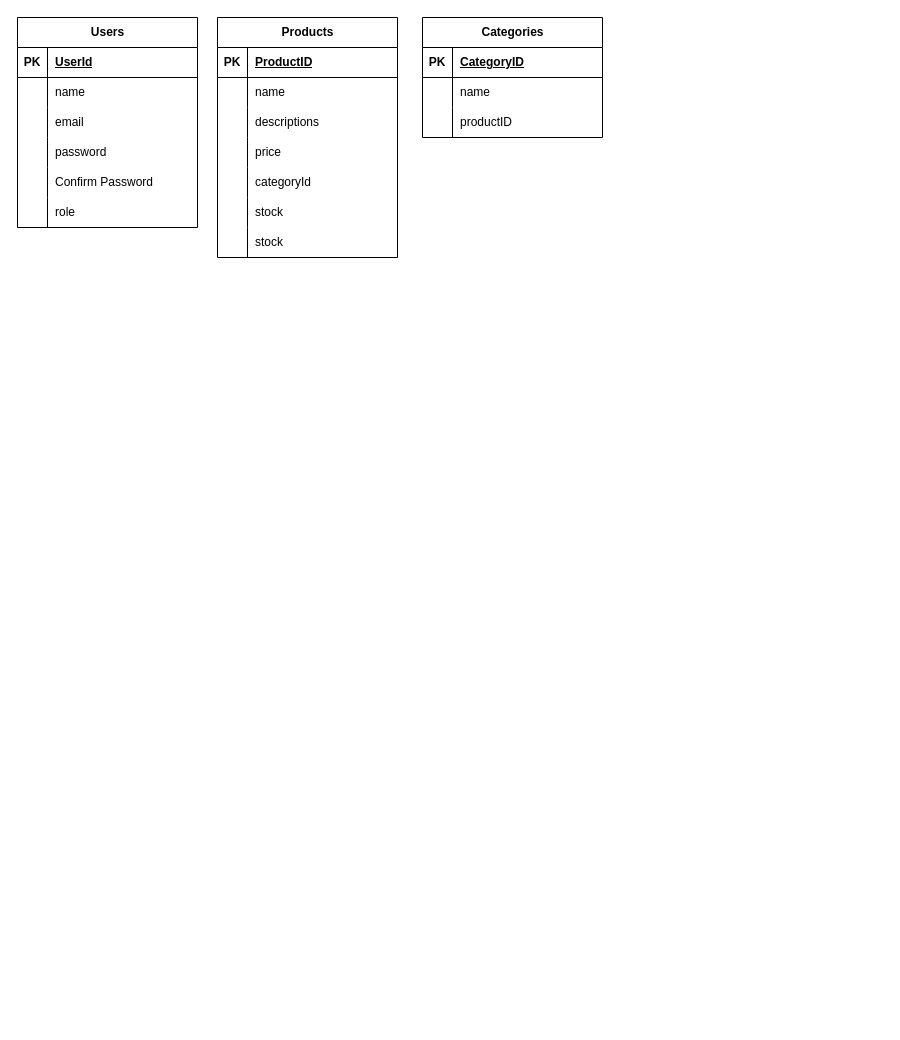
Earlier version of the draw.io diagram small_shop.drawio (prashanta1542/default). Source tidied: cells renumbered, new cells numbered last; positions are measured from the earlier drawing's top-left corner, leaving out a move shared by most shapes. Both pictures are drawn from the tidied source at 100%, with x=0, y=0 at pixel (17, 17).
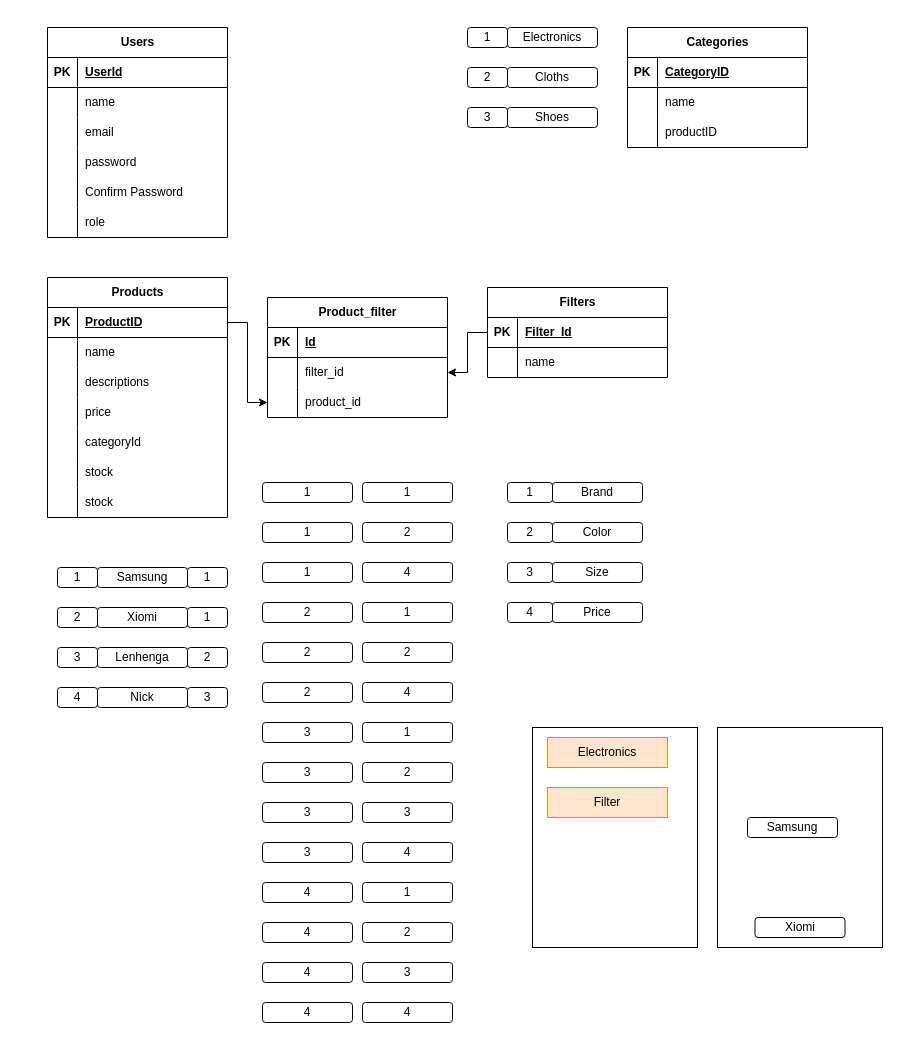
Above is the later version.

Unchanged cells that the change refers to:
```xml
<mxCell id="22" style="shape=tableRow;horizontal=0;startSize=0;swimlaneHead=0;swimlaneBody=0;fillColor=none;points=[[0,0.5],[1,0.5]];portConstraint=eastwest;top=0;left=0;right=0;bottom=1;" parent="21" vertex="1">
  <mxGeometry y="30" width="180" height="30" as="geometry" />
</mxCell>
```

The edit, as a diff of the source:
```diff
@@
     <mxCell id="2" value="Users" style="shape=table;startSize=30;childLayout=tableLayout;rowLines=0;fontStyle=1;align=center;html=1;" parent="1" vertex="1">
-      <mxGeometry width="180" height="210" as="geometry" />
+      <mxGeometry x="30" y="10" width="180" height="210" as="geometry" />
     </mxCell>
@@
     <mxCell id="21" value="Products" style="shape=table;startSize=30;childLayout=tableLayout;rowLines=0;fontStyle=1;align=center;html=1;" parent="1" vertex="1">
-      <mxGeometry x="200" width="180" height="240" as="geometry" />
+      <mxGeometry x="30" y="260" width="180" height="240" as="geometry" />
     </mxCell>
@@
     <mxCell id="43" value="Categories" style="shape=table;startSize=30;childLayout=tableLayout;rowLines=0;fontStyle=1;align=center;html=1;" parent="1" vertex="1">
-      <mxGeometry x="405" width="180" height="120" as="geometry" />
+      <mxGeometry x="610" y="10" width="180" height="120" as="geometry" />
     </mxCell>
@@
+    <mxCell id="53" value="Filters" style="shape=table;startSize=30;childLayout=tableLayout;rowLines=0;fontStyle=1;align=center;html=1;" parent="1" vertex="1">
+      <mxGeometry x="470" y="270" width="180" height="90" as="geometry" />
+    </mxCell>
+    <mxCell id="54" style="shape=tableRow;horizontal=0;startSize=0;swimlaneHead=0;swimlaneBody=0;fillColor=none;points=[[0,0.5],[1,0.5]];portConstraint=eastwest;top=0;left=0;right=0;bottom=1;" parent="53" vertex="1">
+      <mxGeometry y="30" width="180" height="30" as="geometry" />
+    </mxCell>
+    <mxCell id="55" value="PK" style="shape=partialRectangle;fillColor=none;top=0;left=0;bottom=0;right=0;fontStyle=1;overflow=hidden;whiteSpace=wrap;html=1;" parent="54" vertex="1">
+      <mxGeometry width="30" height="30" as="geometry" />
+    </mxCell>
+    <mxCell id="56" value="Filter_Id" style="shape=partialRectangle;fillColor=none;top=0;left=0;bottom=0;right=0;align=left;spacingLeft=6;fontStyle=5;overflow=hidden;whiteSpace=wrap;html=1;" parent="54" vertex="1">
+      <mxGeometry x="30" width="150" height="30" as="geometry" />
+    </mxCell>
+    <mxCell id="57" style="shape=tableRow;horizontal=0;startSize=0;swimlaneHead=0;swimlaneBody=0;fillColor=none;top=0;left=0;right=0;bottom=0;" parent="53" vertex="1">
+      <mxGeometry y="60" width="180" height="30" as="geometry" />
+    </mxCell>
+    <mxCell id="58" style="shape=partialRectangle;fillColor=none;top=0;left=0;bottom=0;right=0;overflow=hidden;whiteSpace=wrap;html=1;" parent="57" vertex="1">
+      <mxGeometry width="30" height="30" as="geometry" />
+    </mxCell>
+    <mxCell id="59" value="name" style="shape=partialRectangle;fillColor=none;top=0;left=0;bottom=0;right=0;align=left;spacingLeft=6;overflow=hidden;whiteSpace=wrap;html=1;" parent="57" vertex="1">
+      <mxGeometry x="30" width="150" height="30" as="geometry" />
+    </mxCell>
+    <mxCell id="60" value="Product_filter" style="shape=table;startSize=30;childLayout=tableLayout;rowLines=0;fontStyle=1;align=center;html=1;" parent="1" vertex="1">
+      <mxGeometry x="250" y="280" width="180" height="120" as="geometry" />
+    </mxCell>
+    <mxCell id="61" style="shape=tableRow;horizontal=0;startSize=0;swimlaneHead=0;swimlaneBody=0;fillColor=none;top=0;left=0;right=0;bottom=1;" parent="60" vertex="1">
+      <mxGeometry y="30" width="180" height="30" as="geometry" />
+    </mxCell>
+    <mxCell id="62" value="PK" style="shape=partialRectangle;fillColor=none;top=0;left=0;bottom=0;right=0;fontStyle=1;overflow=hidden;whiteSpace=wrap;html=1;" parent="61" vertex="1">
+      <mxGeometry width="30" height="30" as="geometry" />
+    </mxCell>
+    <mxCell id="63" value="Id" style="shape=partialRectangle;fillColor=none;top=0;left=0;bottom=0;right=0;align=left;spacingLeft=6;fontStyle=5;overflow=hidden;whiteSpace=wrap;html=1;" parent="61" vertex="1">
+      <mxGeometry x="30" width="150" height="30" as="geometry" />
+    </mxCell>
+    <mxCell id="64" style="shape=tableRow;horizontal=0;startSize=0;swimlaneHead=0;swimlaneBody=0;fillColor=none;points=[[0,0.5],[1,0.5]];portConstraint=eastwest;top=0;left=0;right=0;bottom=0;" parent="60" vertex="1">
+      <mxGeometry y="60" width="180" height="30" as="geometry" />
+    </mxCell>
+    <mxCell id="65" style="shape=partialRectangle;fillColor=none;top=0;left=0;bottom=0;right=0;overflow=hidden;whiteSpace=wrap;html=1;" parent="64" vertex="1">
+      <mxGeometry width="30" height="30" as="geometry" />
+    </mxCell>
+    <mxCell id="66" value="filter_id" style="shape=partialRectangle;fillColor=none;top=0;left=0;bottom=0;right=0;align=left;spacingLeft=6;overflow=hidden;whiteSpace=wrap;html=1;" parent="64" vertex="1">
+      <mxGeometry x="30" width="150" height="30" as="geometry" />
+    </mxCell>
+    <mxCell id="67" style="shape=tableRow;horizontal=0;startSize=0;swimlaneHead=0;swimlaneBody=0;fillColor=none;points=[[0,0.5],[1,0.5]];portConstraint=eastwest;top=0;left=0;right=0;bottom=0;" parent="60" vertex="1">
+      <mxGeometry y="90" width="180" height="30" as="geometry" />
+    </mxCell>
+    <mxCell id="68" style="shape=partialRectangle;fillColor=none;top=0;left=0;bottom=0;right=0;overflow=hidden;whiteSpace=wrap;html=1;" parent="67" vertex="1">
+      <mxGeometry width="30" height="30" as="geometry" />
+    </mxCell>
+    <mxCell id="69" value="product_id" style="shape=partialRectangle;fillColor=none;top=0;left=0;bottom=0;right=0;align=left;spacingLeft=6;overflow=hidden;whiteSpace=wrap;html=1;" parent="67" vertex="1">
+      <mxGeometry x="30" width="150" height="30" as="geometry" />
+    </mxCell>
+    <mxCell id="70" style="edgeStyle=orthogonalEdgeStyle;rounded=0;jettySize=auto;html=1;entryX=0;entryY=0.5;entryDx=0;entryDy=0;" parent="1" edge="1" source="22" target="67">
+      <mxGeometry relative="1" as="geometry" />
+    </mxCell>
+    <mxCell id="71" style="edgeStyle=orthogonalEdgeStyle;rounded=0;jettySize=auto;html=1;entryX=1;entryY=0.5;entryDx=0;entryDy=0;" parent="1" edge="1" source="54" target="64">
+      <mxGeometry relative="1" as="geometry" />
+    </mxCell>
+    <mxCell id="72" value="Brand" style="rounded=1;whiteSpace=wrap;html=1;" parent="1" vertex="1">
+      <mxGeometry x="535" y="465" width="90" height="20" as="geometry" />
+    </mxCell>
+    <mxCell id="73" value="Color" style="rounded=1;whiteSpace=wrap;html=1;" parent="1" vertex="1">
+      <mxGeometry x="535" y="505" width="90" height="20" as="geometry" />
+    </mxCell>
+    <mxCell id="74" value="Size" style="rounded=1;whiteSpace=wrap;html=1;" parent="1" vertex="1">
+      <mxGeometry x="535" y="545" width="90" height="20" as="geometry" />
+    </mxCell>
+    <mxCell id="75" value="Price" style="rounded=1;whiteSpace=wrap;html=1;" parent="1" vertex="1">
+      <mxGeometry x="535" y="585" width="90" height="20" as="geometry" />
+    </mxCell>
+    <mxCell id="76" value="Samsung" style="rounded=1;whiteSpace=wrap;html=1;" parent="1" vertex="1">
+      <mxGeometry x="80" y="550" width="90" height="20" as="geometry" />
+    </mxCell>
+    <mxCell id="77" value="Xiomi" style="rounded=1;whiteSpace=wrap;html=1;" parent="1" vertex="1">
+      <mxGeometry x="80" y="590" width="90" height="20" as="geometry" />
+    </mxCell>
+    <mxCell id="78" value="Lenhenga" style="rounded=1;whiteSpace=wrap;html=1;" parent="1" vertex="1">
+      <mxGeometry x="80" y="630" width="90" height="20" as="geometry" />
+    </mxCell>
+    <mxCell id="79" value="Nick" style="rounded=1;whiteSpace=wrap;html=1;" parent="1" vertex="1">
+      <mxGeometry x="80" y="670" width="90" height="20" as="geometry" />
+    </mxCell>
+    <mxCell id="80" value="Electronics" style="rounded=1;whiteSpace=wrap;html=1;" parent="1" vertex="1">
+      <mxGeometry x="490" y="10" width="90" height="20" as="geometry" />
+    </mxCell>
+    <mxCell id="81" value="Cloths" style="rounded=1;whiteSpace=wrap;html=1;" parent="1" vertex="1">
+      <mxGeometry x="490" y="50" width="90" height="20" as="geometry" />
+    </mxCell>
+    <mxCell id="82" value="Shoes" style="rounded=1;whiteSpace=wrap;html=1;" parent="1" vertex="1">
+      <mxGeometry x="490" y="90" width="90" height="20" as="geometry" />
+    </mxCell>
+    <mxCell id="83" value="1" style="rounded=1;whiteSpace=wrap;html=1;" parent="1" vertex="1">
+      <mxGeometry x="40" y="550" width="40" height="20" as="geometry" />
+    </mxCell>
+    <mxCell id="84" value="2" style="rounded=1;whiteSpace=wrap;html=1;" parent="1" vertex="1">
+      <mxGeometry x="40" y="590" width="40" height="20" as="geometry" />
+    </mxCell>
+    <mxCell id="85" value="3" style="rounded=1;whiteSpace=wrap;html=1;" parent="1" vertex="1">
+      <mxGeometry x="40" y="630" width="40" height="20" as="geometry" />
+    </mxCell>
+    <mxCell id="86" value="4" style="rounded=1;whiteSpace=wrap;html=1;" parent="1" vertex="1">
+      <mxGeometry x="40" y="670" width="40" height="20" as="geometry" />
+    </mxCell>
+    <mxCell id="87" value="1" style="rounded=1;whiteSpace=wrap;html=1;" parent="1" vertex="1">
+      <mxGeometry x="490" y="465" width="45" height="20" as="geometry" />
+    </mxCell>
+    <mxCell id="88" value="2" style="rounded=1;whiteSpace=wrap;html=1;" parent="1" vertex="1">
+      <mxGeometry x="490" y="505" width="45" height="20" as="geometry" />
+    </mxCell>
+    <mxCell id="89" value="3" style="rounded=1;whiteSpace=wrap;html=1;" parent="1" vertex="1">
+      <mxGeometry x="490" y="545" width="45" height="20" as="geometry" />
+    </mxCell>
+    <mxCell id="90" value="4" style="rounded=1;whiteSpace=wrap;html=1;" parent="1" vertex="1">
+      <mxGeometry x="490" y="585" width="45" height="20" as="geometry" />
+    </mxCell>
+    <mxCell id="91" value="1" style="rounded=1;whiteSpace=wrap;html=1;" parent="1" vertex="1">
+      <mxGeometry x="245" y="465" width="90" height="20" as="geometry" />
+    </mxCell>
+    <mxCell id="92" value="2" style="rounded=1;whiteSpace=wrap;html=1;" parent="1" vertex="1">
+      <mxGeometry x="245" y="585" width="90" height="20" as="geometry" />
+    </mxCell>
+    <mxCell id="93" value="3" style="rounded=1;whiteSpace=wrap;html=1;" parent="1" vertex="1">
+      <mxGeometry x="245" y="705" width="90" height="20" as="geometry" />
+    </mxCell>
+    <mxCell id="94" value="4" style="rounded=1;whiteSpace=wrap;html=1;" parent="1" vertex="1">
+      <mxGeometry x="245" y="865" width="90" height="20" as="geometry" />
+    </mxCell>
+    <mxCell id="95" value="1" style="rounded=1;whiteSpace=wrap;html=1;" parent="1" vertex="1">
+      <mxGeometry x="345" y="465" width="90" height="20" as="geometry" />
+    </mxCell>
+    <mxCell id="96" value="1" style="rounded=1;whiteSpace=wrap;html=1;" parent="1" vertex="1">
+      <mxGeometry x="245" y="505" width="90" height="20" as="geometry" />
+    </mxCell>
+    <mxCell id="97" value="2" style="rounded=1;whiteSpace=wrap;html=1;" parent="1" vertex="1">
+      <mxGeometry x="345" y="505" width="90" height="20" as="geometry" />
+    </mxCell>
+    <mxCell id="98" value="1" style="rounded=1;whiteSpace=wrap;html=1;" parent="1" vertex="1">
+      <mxGeometry x="245" y="545" width="90" height="20" as="geometry" />
+    </mxCell>
+    <mxCell id="99" value="4" style="rounded=1;whiteSpace=wrap;html=1;" parent="1" vertex="1">
+      <mxGeometry x="345" y="545" width="90" height="20" as="geometry" />
+    </mxCell>
+    <mxCell id="100" value="1" style="rounded=1;whiteSpace=wrap;html=1;" parent="1" vertex="1">
+      <mxGeometry x="345" y="585" width="90" height="20" as="geometry" />
+    </mxCell>
+    <mxCell id="101" value="2" style="rounded=1;whiteSpace=wrap;html=1;" parent="1" vertex="1">
+      <mxGeometry x="345" y="625" width="90" height="20" as="geometry" />
+    </mxCell>
+    <mxCell id="102" value="4" style="rounded=1;whiteSpace=wrap;html=1;" parent="1" vertex="1">
+      <mxGeometry x="345" y="665" width="90" height="20" as="geometry" />
+    </mxCell>
+    <mxCell id="103" value="2" style="rounded=1;whiteSpace=wrap;html=1;" parent="1" vertex="1">
+      <mxGeometry x="245" y="625" width="90" height="20" as="geometry" />
+    </mxCell>
+    <mxCell id="104" value="2" style="rounded=1;whiteSpace=wrap;html=1;" parent="1" vertex="1">
+      <mxGeometry x="245" y="665" width="90" height="20" as="geometry" />
+    </mxCell>
+    <mxCell id="105" value="1" style="rounded=1;whiteSpace=wrap;html=1;" parent="1" vertex="1">
+      <mxGeometry x="345" y="705" width="90" height="20" as="geometry" />
+    </mxCell>
+    <mxCell id="106" value="2" style="rounded=1;whiteSpace=wrap;html=1;" parent="1" vertex="1">
+      <mxGeometry x="345" y="745" width="90" height="20" as="geometry" />
+    </mxCell>
+    <mxCell id="107" value="3" style="rounded=1;whiteSpace=wrap;html=1;" parent="1" vertex="1">
+      <mxGeometry x="345" y="785" width="90" height="20" as="geometry" />
+    </mxCell>
+    <mxCell id="108" value="4" style="rounded=1;whiteSpace=wrap;html=1;" parent="1" vertex="1">
+      <mxGeometry x="345" y="825" width="90" height="20" as="geometry" />
+    </mxCell>
+    <mxCell id="109" value="3" style="rounded=1;whiteSpace=wrap;html=1;" parent="1" vertex="1">
+      <mxGeometry x="245" y="745" width="90" height="20" as="geometry" />
+    </mxCell>
+    <mxCell id="110" value="3" style="rounded=1;whiteSpace=wrap;html=1;" parent="1" vertex="1">
+      <mxGeometry x="245" y="785" width="90" height="20" as="geometry" />
+    </mxCell>
+    <mxCell id="111" value="3" style="rounded=1;whiteSpace=wrap;html=1;" parent="1" vertex="1">
+      <mxGeometry x="245" y="825" width="90" height="20" as="geometry" />
+    </mxCell>
+    <mxCell id="112" value="1" style="rounded=1;whiteSpace=wrap;html=1;" parent="1" vertex="1">
+      <mxGeometry x="345" y="865" width="90" height="20" as="geometry" />
+    </mxCell>
+    <mxCell id="113" value="2" style="rounded=1;whiteSpace=wrap;html=1;" parent="1" vertex="1">
+      <mxGeometry x="345" y="905" width="90" height="20" as="geometry" />
+    </mxCell>
+    <mxCell id="114" value="3" style="rounded=1;whiteSpace=wrap;html=1;" parent="1" vertex="1">
+      <mxGeometry x="345" y="945" width="90" height="20" as="geometry" />
+    </mxCell>
+    <mxCell id="115" value="4" style="rounded=1;whiteSpace=wrap;html=1;" parent="1" vertex="1">
+      <mxGeometry x="345" y="985" width="90" height="20" as="geometry" />
+    </mxCell>
+    <mxCell id="116" value="4" style="rounded=1;whiteSpace=wrap;html=1;" parent="1" vertex="1">
+      <mxGeometry x="245" y="905" width="90" height="20" as="geometry" />
+    </mxCell>
+    <mxCell id="117" value="4" style="rounded=1;whiteSpace=wrap;html=1;" parent="1" vertex="1">
+      <mxGeometry x="245" y="945" width="90" height="20" as="geometry" />
+    </mxCell>
+    <mxCell id="118" value="4" style="rounded=1;whiteSpace=wrap;html=1;" parent="1" vertex="1">
+      <mxGeometry x="245" y="985" width="90" height="20" as="geometry" />
+    </mxCell>
+    <mxCell id="119" style="whiteSpace=wrap;html=1;" parent="1" vertex="1">
+      <mxGeometry x="515" y="710" width="165" height="220" as="geometry" />
+    </mxCell>
+    <mxCell id="120" value="Electronics" style="rounded=0;whiteSpace=wrap;html=1;fillColor=#ffe6cc;strokeColor=#d79b00;" parent="1" vertex="1">
+      <mxGeometry x="530" y="720" width="120" height="30" as="geometry" />
+    </mxCell>
+    <mxCell id="121" style="whiteSpace=wrap;html=1;" parent="1" vertex="1">
+      <mxGeometry x="700" y="710" width="165" height="220" as="geometry" />
+    </mxCell>
+    <mxCell id="122" value="Samsung" style="rounded=1;whiteSpace=wrap;html=1;" parent="1" vertex="1">
+      <mxGeometry x="730" y="800" width="90" height="20" as="geometry" />
+    </mxCell>
+    <mxCell id="123" value="Xiomi" style="rounded=1;whiteSpace=wrap;html=1;" parent="1" vertex="1">
+      <mxGeometry x="737.5" y="900" width="90" height="20" as="geometry" />
+    </mxCell>
+    <mxCell id="124" value="Filter" style="rounded=0;whiteSpace=wrap;html=1;fillColor=#ffe6cc;strokeColor=#d79b00;" parent="1" vertex="1">
+      <mxGeometry x="530" y="770" width="120" height="30" as="geometry" />
+    </mxCell>
+    <mxCell id="125" value="1" style="rounded=1;whiteSpace=wrap;html=1;" parent="1" vertex="1">
+      <mxGeometry x="450" y="10" width="40" height="20" as="geometry" />
+    </mxCell>
+    <mxCell id="126" value="2" style="rounded=1;whiteSpace=wrap;html=1;" parent="1" vertex="1">
+      <mxGeometry x="450" y="50" width="40" height="20" as="geometry" />
+    </mxCell>
+    <mxCell id="127" value="3" style="rounded=1;whiteSpace=wrap;html=1;" parent="1" vertex="1">
+      <mxGeometry x="450" y="90" width="40" height="20" as="geometry" />
+    </mxCell>
+    <mxCell id="128" value="1" style="rounded=1;whiteSpace=wrap;html=1;" parent="1" vertex="1">
+      <mxGeometry x="170" y="550" width="40" height="20" as="geometry" />
+    </mxCell>
+    <mxCell id="129" value="1" style="rounded=1;whiteSpace=wrap;html=1;" parent="1" vertex="1">
+      <mxGeometry x="170" y="590" width="40" height="20" as="geometry" />
+    </mxCell>
+    <mxCell id="130" value="2" style="rounded=1;whiteSpace=wrap;html=1;" parent="1" vertex="1">
+      <mxGeometry x="170" y="630" width="40" height="20" as="geometry" />
+    </mxCell>
+    <mxCell id="131" value="3" style="rounded=1;whiteSpace=wrap;html=1;" parent="1" vertex="1">
+      <mxGeometry x="170" y="670" width="40" height="20" as="geometry" />
+    </mxCell>
```
